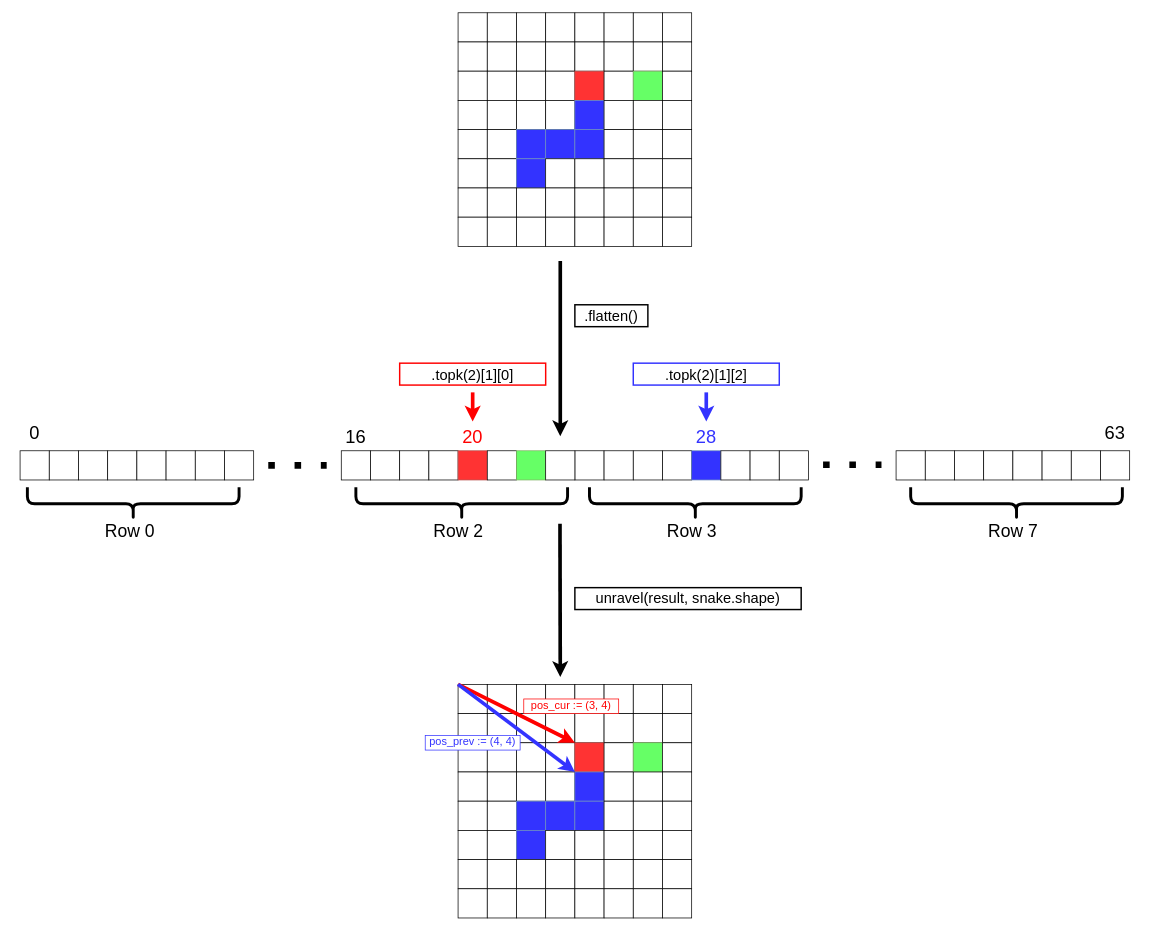
Above: imgs/snake-get-pos.drawio in eliasffyksen/MiniSnakes (draw.io), before the change. Source tidied: cells renumbered, new cells numbered last; positions are measured from the earlier drawing's top-left corner, leaving out a move shared by most shapes. Both pictures are drawn from the tidied source at 73%, with x=0, y=0 at pixel (12, 12).
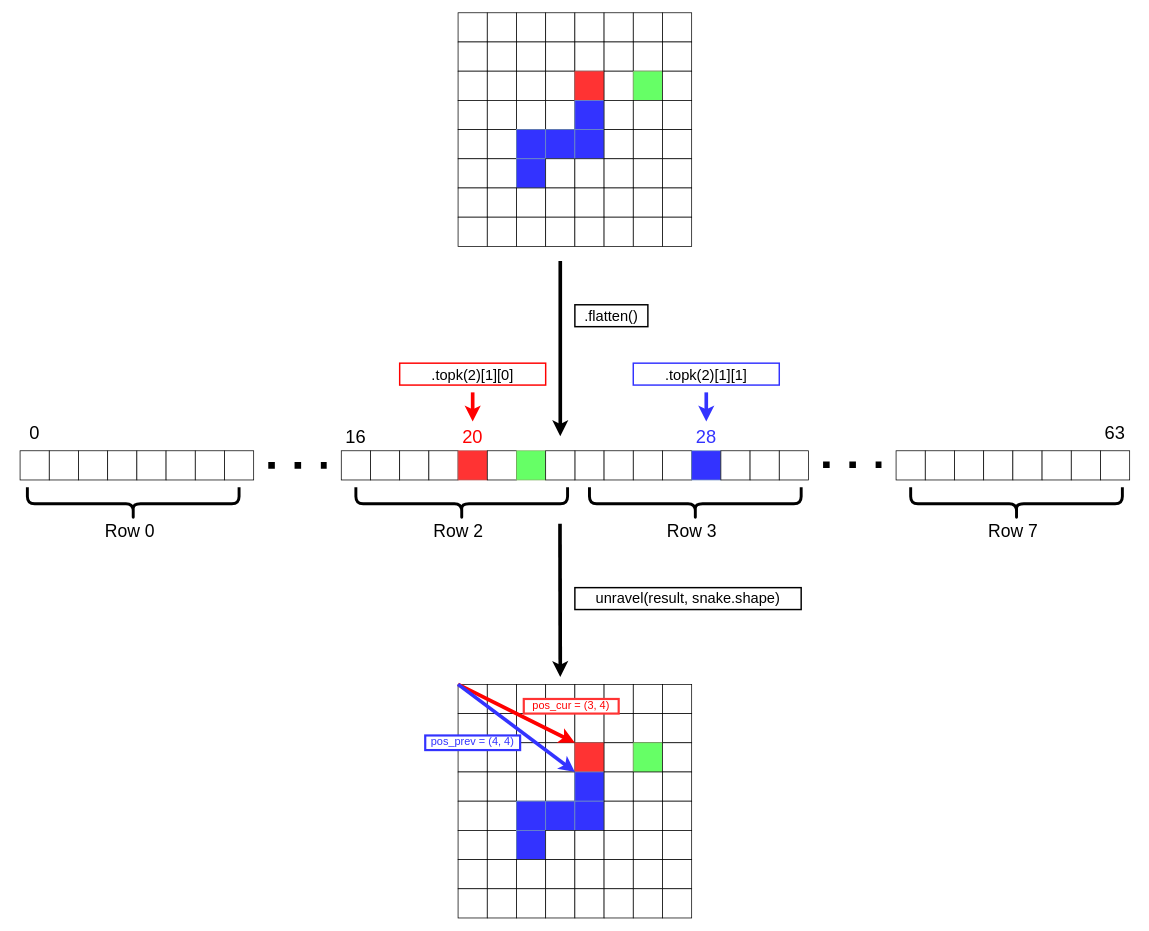
The same page after the edit.

The edit, as a diff of the source:
```diff
@@
-    <mxCell id="180" value=".topk(2)[1][2]" style="rounded=0;whiteSpace=wrap;html=1;fontSize=20;strokeWidth=2;strokeColor=#3333FF;" parent="1" vertex="1">
+    <mxCell id="180" value="&lt;div&gt;.topk(2)[1][1]&lt;/div&gt;" style="rounded=0;whiteSpace=wrap;html=1;fontSize=20;strokeWidth=2;strokeColor=#3333FF;" parent="1" vertex="1">
       <mxGeometry x="850" y="480" width="200" height="30" as="geometry" />
     </mxCell>
@@
-    <mxCell id="187" value="pos_cur := (3, 4)" style="rounded=0;whiteSpace=wrap;html=1;fontSize=15;strokeWidth=1;spacing=0;spacingBottom=5;strokeColor=#FF0000;fontColor=#FF0000;" parent="1" vertex="1">
+    <mxCell id="187" value="pos_cur = (3, 4)" style="rounded=0;whiteSpace=wrap;html=1;fontSize=15;strokeWidth=3;spacing=0;spacingBottom=5;strokeColor=#FF3333;fontColor=#FF0000;" parent="1" vertex="1">
       <mxGeometry x="700" y="940" width="130" height="20" as="geometry" />
     </mxCell>
-    <mxCell id="188" value="pos_prev := (4, 4)" style="rounded=0;whiteSpace=wrap;html=1;fontSize=15;strokeWidth=1;spacing=0;spacingBottom=5;strokeColor=#3333FF;fontColor=#3333FF;" parent="1" vertex="1">
+    <mxCell id="188" value="pos_prev = (4, 4)" style="rounded=0;whiteSpace=wrap;html=1;fontSize=15;strokeWidth=3;spacing=0;spacingBottom=5;strokeColor=#3333FF;fontColor=#3333FF;" parent="1" vertex="1">
       <mxGeometry x="565" y="990" width="130" height="20" as="geometry" />
     </mxCell>
```
